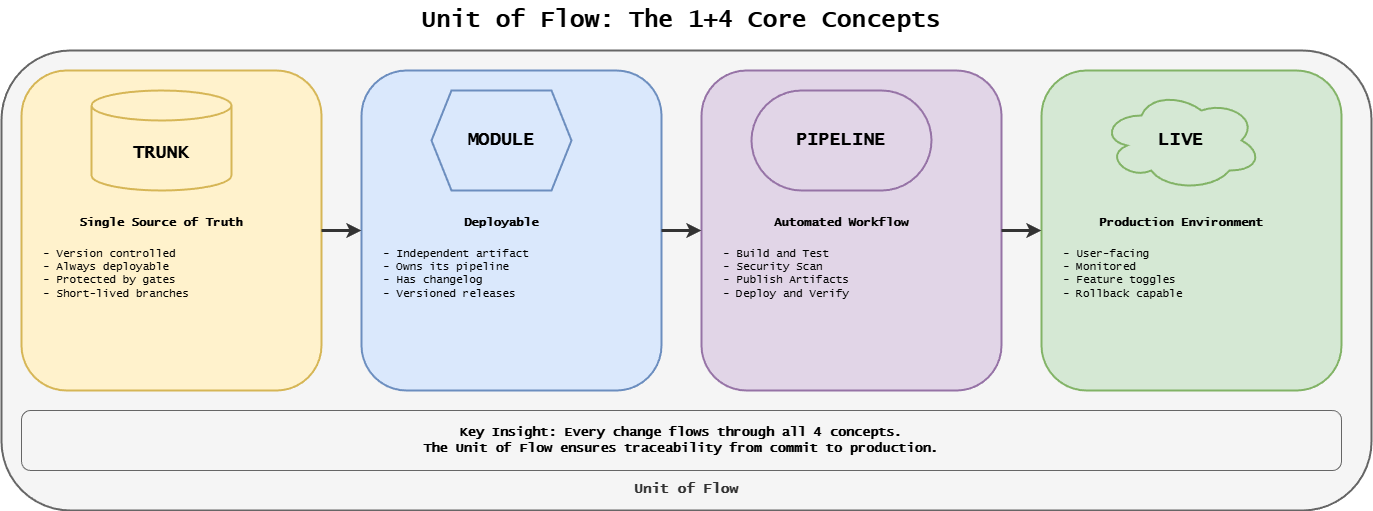
This is docs/assets/assisted/02-unit-of-flow.drawio.png from ready-to-release/eac, a draw.io export, as it was before one commit. Source tidied: cells renumbered, new cells last; positions are measured from the earlier drawing's top-left corner, leaving out a move shared by most shapes.
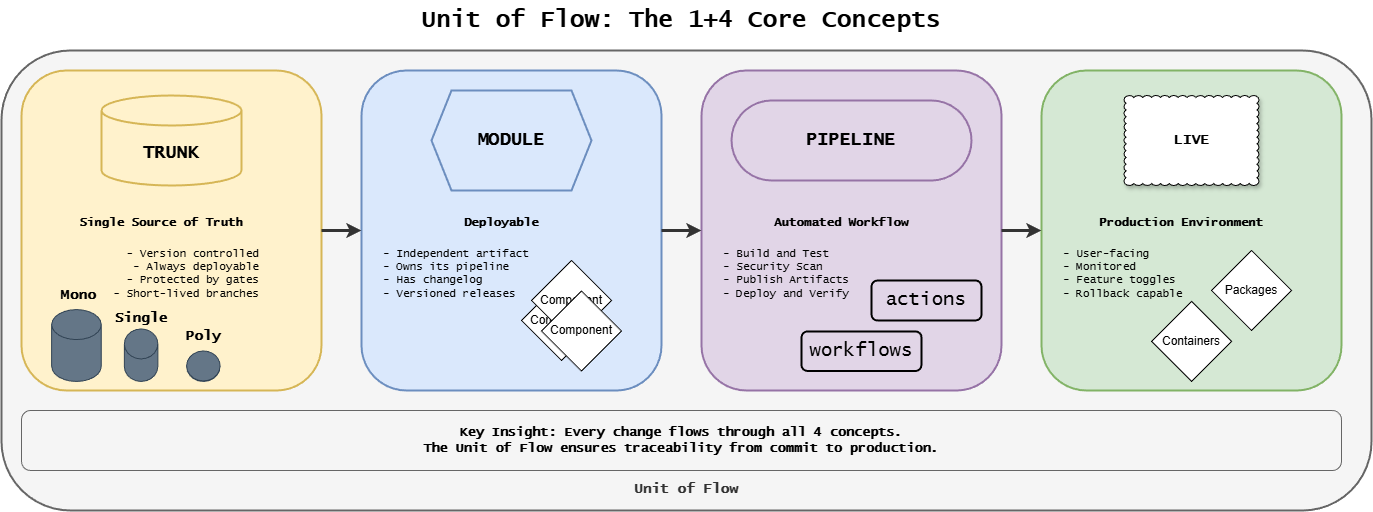
The same file after the commit.

Diff of the diagram source:
```diff
@@ -12,19 +12,19 @@
       <mxGeometry x="20" y="70" width="300" height="320" as="geometry" />
     </mxCell>
     <mxCell id="5" value="TRUNK" style="shape=cylinder3;whiteSpace=wrap;html=1;boundedLbl=1;backgroundOutline=1;size=15;fontFamily=Lucida Console;fontStyle=1;fillColor=#fff2cc;strokeColor=#d6b656;fontSize=18;strokeWidth=2;" parent="1" vertex="1">
-      <mxGeometry x="90" y="90" width="140" height="100" as="geometry" />
+      <mxGeometry x="100" y="95" width="140" height="90" as="geometry" />
     </mxCell>
     <mxCell id="6" value="Single Source of Truth" style="text;html=1;strokeColor=none;fillColor=none;align=center;verticalAlign=middle;whiteSpace=wrap;rounded=0;fontFamily=Lucida Console;fontStyle=1;fontSize=12;" parent="1" vertex="1">
       <mxGeometry x="50" y="210" width="220" height="25" as="geometry" />
     </mxCell>
-    <mxCell id="7" value="- Version controlled&#10;- Always deployable&#10;- Protected by gates&#10;- Short-lived branches" style="text;html=1;strokeColor=none;fillColor=none;align=left;verticalAlign=top;whiteSpace=wrap;rounded=0;fontFamily=Lucida Console;fontSize=11;" parent="1" vertex="1">
-      <mxGeometry x="40" y="240" width="260" height="100" as="geometry" />
+    <mxCell id="7" value="- Version controlled&lt;br&gt;- Always deployable&lt;br&gt;- Protected by gates&lt;br&gt;- Short-lived branches" style="text;html=1;strokeColor=none;fillColor=none;align=right;verticalAlign=top;whiteSpace=wrap;rounded=0;fontFamily=Lucida Console;fontSize=11;" parent="1" vertex="1">
+      <mxGeometry x="40" y="240" width="220" height="100" as="geometry" />
     </mxCell>
     <mxCell id="8" style="rounded=1;whiteSpace=wrap;html=1;fillColor=#dae8fc;strokeColor=#6c8ebf;strokeWidth=2;" parent="1" vertex="1">
       <mxGeometry x="360" y="70" width="300" height="320" as="geometry" />
     </mxCell>
     <mxCell id="9" value="MODULE" style="shape=hexagon;perimeter=hexagonPerimeter2;whiteSpace=wrap;html=1;fixedSize=1;fontFamily=Lucida Console;fontStyle=1;fontSize=18;fillColor=#dae8fc;strokeColor=#6c8ebf;strokeWidth=2;" parent="1" vertex="1">
-      <mxGeometry x="430" y="90" width="140" height="100" as="geometry" />
+      <mxGeometry x="430" y="90" width="160" height="100" as="geometry" />
     </mxCell>
     <mxCell id="10" value="Deployable" style="text;html=1;strokeColor=none;fillColor=none;align=center;verticalAlign=middle;whiteSpace=wrap;rounded=0;fontFamily=Lucida Console;fontStyle=1;fontSize=12;" parent="1" vertex="1">
       <mxGeometry x="390" y="210" width="220" height="25" as="geometry" />
@@ -36,7 +36,7 @@
       <mxGeometry x="700" y="70" width="300" height="320" as="geometry" />
     </mxCell>
     <mxCell id="13" value="PIPELINE" style="rounded=1;whiteSpace=wrap;html=1;fontFamily=Lucida Console;fontStyle=1;fontSize=18;fillColor=#e1d5e7;strokeColor=#9673a6;strokeWidth=2;arcSize=50;" parent="1" vertex="1">
-      <mxGeometry x="750" y="90" width="180" height="100" as="geometry" />
+      <mxGeometry x="730" y="100" width="240" height="80" as="geometry" />
     </mxCell>
     <mxCell id="14" value="Automated Workflow" style="text;html=1;strokeColor=none;fillColor=none;align=center;verticalAlign=middle;whiteSpace=wrap;rounded=0;fontFamily=Lucida Console;fontStyle=1;fontSize=12;" parent="1" vertex="1">
       <mxGeometry x="730" y="210" width="220" height="25" as="geometry" />
@@ -47,9 +47,6 @@
     <mxCell id="16" style="rounded=1;whiteSpace=wrap;html=1;fillColor=#d5e8d4;strokeColor=#82b366;strokeWidth=2;" parent="1" vertex="1">
       <mxGeometry x="1040" y="70" width="300" height="320" as="geometry" />
     </mxCell>
-    <mxCell id="17" value="LIVE" style="ellipse;shape=cloud;whiteSpace=wrap;html=1;fontFamily=Lucida Console;fontStyle=1;fontSize=18;fillColor=#d5e8d4;strokeColor=#82b366;strokeWidth=2;" parent="1" vertex="1">
-      <mxGeometry x="1100" y="90" width="160" height="100" as="geometry" />
-    </mxCell>
     <mxCell id="18" value="Production Environment" style="text;html=1;strokeColor=none;fillColor=none;align=center;verticalAlign=middle;whiteSpace=wrap;rounded=0;fontFamily=Lucida Console;fontStyle=1;fontSize=12;" parent="1" vertex="1">
       <mxGeometry x="1070" y="210" width="220" height="25" as="geometry" />
     </mxCell>
@@ -71,5 +68,50 @@
     <mxCell id="24" value="Key Insight: Every change flows through all 4 concepts.&lt;br&gt;The Unit of Flow ensures traceability from commit to production." style="text;html=1;strokeColor=none;fillColor=none;align=center;verticalAlign=middle;whiteSpace=wrap;rounded=0;fontFamily=Lucida Console;fontStyle=1;fontSize=13;" parent="1" vertex="1">
       <mxGeometry x="40" y="425" width="1280" height="30" as="geometry" />
     </mxCell>
+    <mxCell id="25" value="Component" style="rhombus;whiteSpace=wrap;html=1;" parent="1" vertex="1">
+      <mxGeometry x="520" y="280" width="80" height="80" as="geometry" />
+    </mxCell>
+    <mxCell id="26" style="group;" parent="1" vertex="1">
+      <mxGeometry x="50" y="280" width="186.8" height="101" as="geometry" />
+    </mxCell>
+    <mxCell id="27" value="&lt;div style=&quot;&quot;&gt;&lt;span style=&quot;font-size: 14px; text-wrap-mode: nowrap;&quot;&gt;&lt;b&gt;Mono&lt;/b&gt;&lt;/span&gt;&lt;/div&gt;" style="text;whiteSpace=wrap;html=1;fontFamily=Lucida Console;align=center;" parent="26" vertex="1">
+      <mxGeometry width="54.6" height="29.8" as="geometry" />
+    </mxCell>
+    <mxCell id="28" value="&lt;div style=&quot;&quot;&gt;&lt;span style=&quot;font-size: 14px; text-wrap-mode: nowrap;&quot;&gt;&lt;b&gt;Single&lt;/b&gt;&lt;/span&gt;&lt;/div&gt;" style="text;whiteSpace=wrap;html=1;fontFamily=Lucida Console;align=center;" parent="26" vertex="1">
+      <mxGeometry x="54.6" y="23" width="70" height="29.8" as="geometry" />
+    </mxCell>
+    <mxCell id="29" value="&lt;div style=&quot;&quot;&gt;&lt;span style=&quot;font-size: 14px; text-wrap-mode: nowrap;&quot;&gt;&lt;b&gt;Poly&lt;/b&gt;&lt;/span&gt;&lt;/div&gt;" style="text;whiteSpace=wrap;html=1;fontFamily=Lucida Console;align=center;" parent="26" vertex="1">
+      <mxGeometry x="116.8" y="41.5" width="70" height="29.8" as="geometry" />
+    </mxCell>
+    <mxCell id="30" style="shape=cylinder3;whiteSpace=wrap;html=1;boundedLbl=1;backgroundOutline=1;size=15;fillColor=#647687;fontColor=#ffffff;strokeColor=#314354;" parent="26" vertex="1">
+      <mxGeometry x="0.2" y="29.1" width="49.5" height="71.9" as="geometry" />
+    </mxCell>
+    <mxCell id="31" style="shape=cylinder3;whiteSpace=wrap;html=1;boundedLbl=1;backgroundOutline=1;size=15;fillColor=#647687;fontColor=#ffffff;strokeColor=#314354;" parent="26" vertex="1">
+      <mxGeometry x="72.8" y="48.5" width="33.5" height="52.5" as="geometry" />
+    </mxCell>
+    <mxCell id="32" style="shape=cylinder3;whiteSpace=wrap;html=1;boundedLbl=1;backgroundOutline=1;size=15;fillColor=#647687;fontColor=#ffffff;strokeColor=#314354;" parent="26" vertex="1">
+      <mxGeometry x="135.1" y="70.5" width="33.5" height="30.5" as="geometry" />
+    </mxCell>
+    <mxCell id="33" value="Component" style="rhombus;whiteSpace=wrap;html=1;" parent="1" vertex="1">
+      <mxGeometry x="530" y="260" width="80" height="80" as="geometry" />
+    </mxCell>
+    <mxCell id="34" value="Component" style="rhombus;whiteSpace=wrap;html=1;" parent="1" vertex="1">
+      <mxGeometry x="540" y="290.5" width="80" height="80" as="geometry" />
+    </mxCell>
+    <mxCell id="35" value="workflows" style="group;strokeColor=default;fontFamily=Lucida Console;fontSize=19;fontStyle=0;rounded=1;strokeWidth=2;" parent="1" vertex="1">
+      <mxGeometry x="800" y="330.9" width="120" height="39.5" as="geometry" />
+    </mxCell>
+    <mxCell id="36" value="Packages" style="rhombus;whiteSpace=wrap;html=1;" parent="1" vertex="1">
+      <mxGeometry x="1210" y="250" width="80" height="80" as="geometry" />
+    </mxCell>
+    <mxCell id="37" value="Containers" style="rhombus;whiteSpace=wrap;html=1;" parent="1" vertex="1">
+      <mxGeometry x="1150" y="300.9" width="80" height="80" as="geometry" />
+    </mxCell>
+    <mxCell id="17" value="LIVE" style="whiteSpace=wrap;html=1;shape=mxgraph.basic.cloud_rect;fontFamily=Lucida Console;fontStyle=1;fontSize=14;shadow=1;" parent="1" vertex="1">
+      <mxGeometry x="1122.5" y="95" width="135" height="90" as="geometry" />
+    </mxCell>
+    <mxCell id="38" value="actions" style="group;strokeColor=default;fontFamily=Lucida Console;fontSize=19;fontStyle=0;rounded=1;strokeWidth=2;" parent="1" vertex="1">
+      <mxGeometry x="870" y="280" width="110" height="40" as="geometry" />
+    </mxCell>
   </root>
 </mxGraphModel>
```
